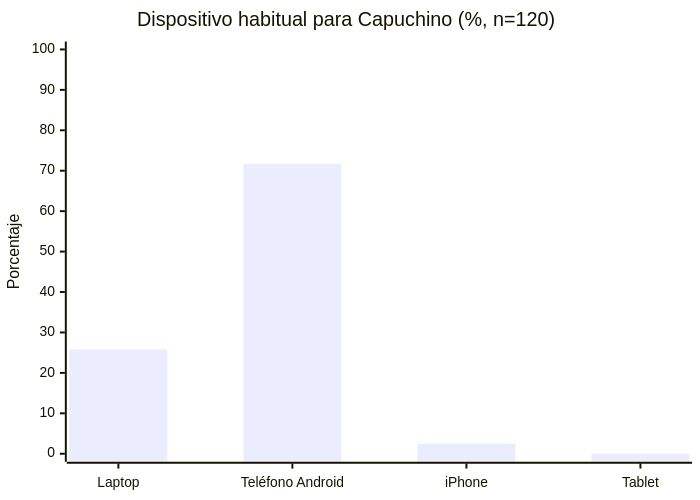
Above: images/diagrams/encuesta_dispositivo.png in smith-3/Taller-Grado-II (Mermaid), before the change. Its source is kept beside it as images/diagrams/encuesta_dispositivo.mmd.
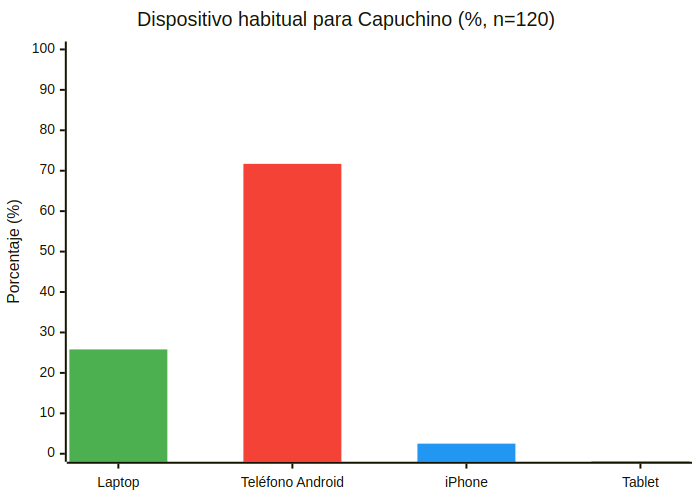
Above is the later version.

Change to the diagram source:
```diff
@@ -1,6 +1,16 @@
-%%{init: { 'theme': 'default' } }%%
+%%{init: {
+  'theme': 'default',
+  'themeVariables': {
+    'xyChart': {
+      'plotColorPalette': '#4CAF50, #F44336, #2196F3, #FF9800'
+    }
+  }
+}}%%
 xychart-beta
     title "Dispositivo habitual para Capuchino (%, n=120)"
     x-axis ["Laptop", "Teléfono Android", "iPhone", "Tablet"]
-    y-axis "Porcentaje" 0 --> 100
-    bar "Porcentaje" [25.8, 71.7, 2.5, 0.0]
+    y-axis "Porcentaje (%)" 0 --> 100
+    bar [25.8, -1.9, -1.9, -1.9]
+    bar [-1.9, 71.7, -1.9, -1.9]
+    bar [-1.9, -1.9, 2.5, -1.9]
+    bar [-1.9, -1.9, -1.9, -1.9]
```
